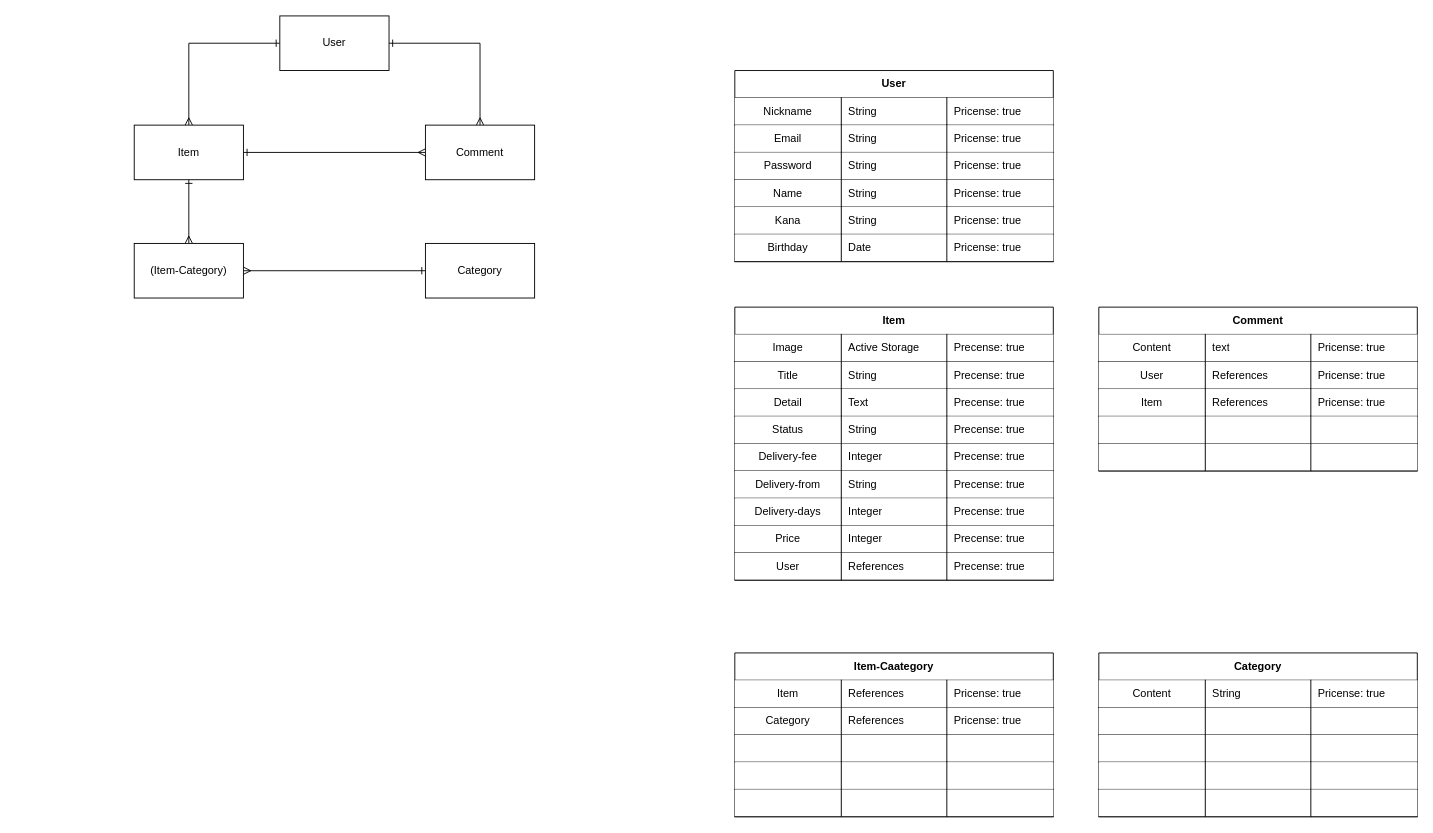
Before: er.drawio in ken-is-engineer/furima-34416, a draw.io diagram. Source tidied: cells renumbered, new cells numbered last; positions are measured from the earlier drawing's top-left corner, leaving out a move shared by most shapes. Both pictures are drawn from the tidied source at 91%, with x=0, y=0 at pixel (134, 15).
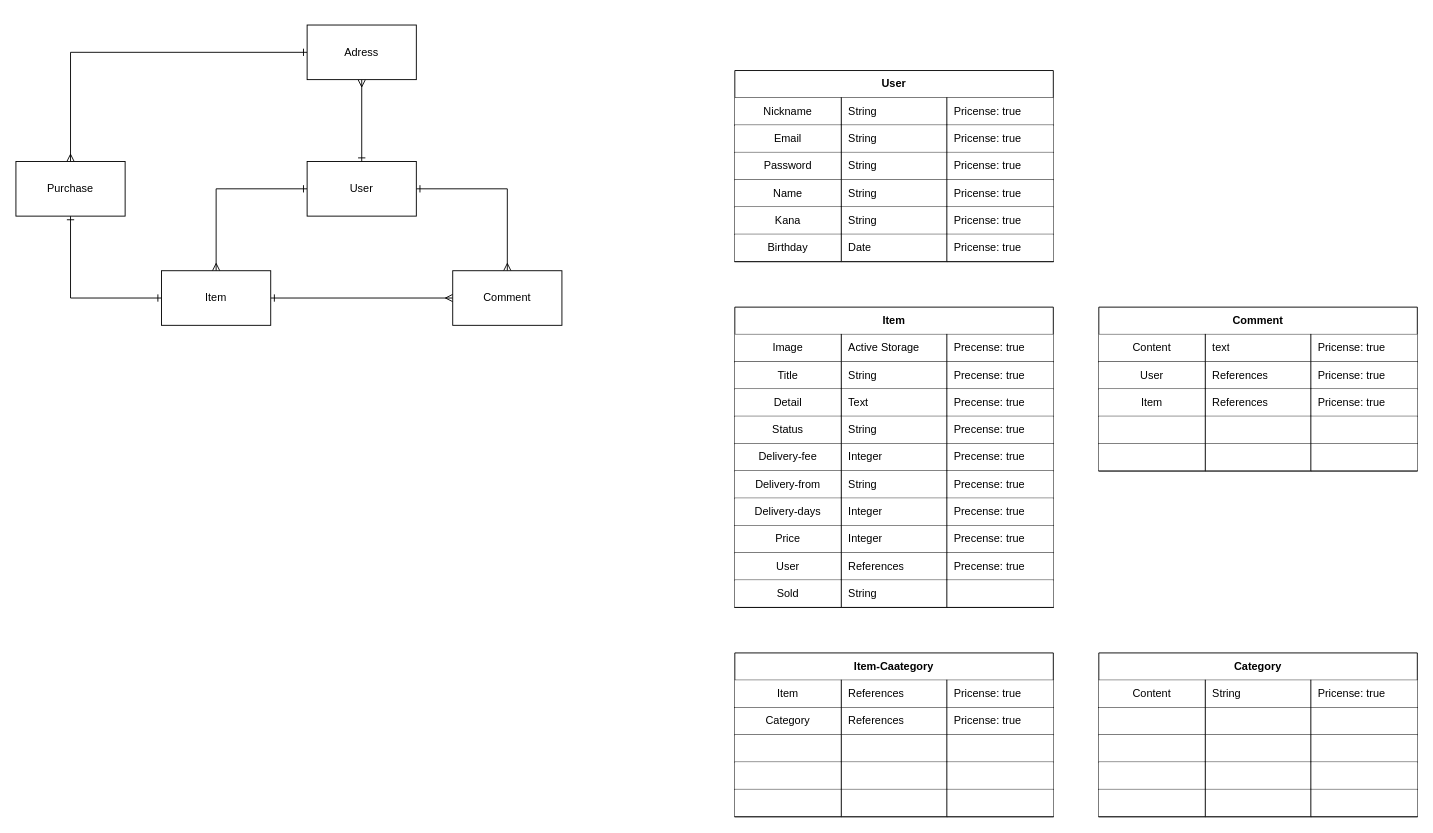
Above is the later version.

Change to the diagram source:
```diff
@@
     <mxCell id="2" style="edgeStyle=orthogonalEdgeStyle;rounded=0;jettySize=auto;html=1;exitX=0;exitY=0.5;exitDx=0;exitDy=0;entryX=0.5;entryY=0;entryDx=0;entryDy=0;startArrow=ERone;startFill=0;endArrow=ERmany;endFill=0;" parent="1" edge="1" source="4" target="6">
       <mxGeometry relative="1" as="geometry">
         <Array as="points">
-          <mxPoint x="60" y="30" />
+          <mxPoint x="90" y="190" />
         </Array>
       </mxGeometry>
     </mxCell>
@@
     <mxCell id="4" value="User" style="whiteSpace=wrap;html=1;" parent="1" vertex="1">
-      <mxGeometry x="160" width="120" height="60" as="geometry" />
+      <mxGeometry x="190" y="160" width="120" height="60" as="geometry" />
     </mxCell>
@@
     <mxCell id="6" value="Item" style="whiteSpace=wrap;html=1;" parent="1" vertex="1">
-      <mxGeometry y="120" width="120" height="60" as="geometry" />
+      <mxGeometry x="30" y="280" width="120" height="60" as="geometry" />
     </mxCell>
     <mxCell id="7" value="Comment" style="whiteSpace=wrap;html=1;" parent="1" vertex="1">
-      <mxGeometry x="320" y="120" width="120" height="60" as="geometry" />
+      <mxGeometry x="350" y="280" width="120" height="60" as="geometry" />
     </mxCell>
-    <mxCell id="8" style="edgeStyle=orthogonalEdgeStyle;rounded=0;jettySize=auto;html=1;startArrow=ERone;startFill=0;endArrow=ERmany;endFill=0;exitX=0.5;exitY=1;exitDx=0;exitDy=0;" parent="1" edge="1" source="6" target="10">
+    <mxCell id="8" style="edgeStyle=orthogonalEdgeStyle;rounded=0;jettySize=auto;html=1;startArrow=ERone;startFill=0;endArrow=ERone;endFill=0;exitX=0;exitY=0.5;exitDx=0;exitDy=0;" parent="1" edge="1" source="6" target="10">
       <mxGeometry relative="1" as="geometry" />
     </mxCell>
-    <mxCell id="9" style="edgeStyle=orthogonalEdgeStyle;rounded=0;jettySize=auto;html=1;exitX=0;exitY=0.5;exitDx=0;exitDy=0;entryX=1;entryY=0.5;entryDx=0;entryDy=0;startArrow=ERone;startFill=0;endArrow=ERmany;endFill=0;" parent="1" edge="1" source="94" target="10">
-      <mxGeometry relative="1" as="geometry" />
+    <mxCell id="9" style="edgeStyle=orthogonalEdgeStyle;rounded=0;jettySize=auto;html=1;exitX=0;exitY=0.5;exitDx=0;exitDy=0;entryX=0.5;entryY=0;entryDx=0;entryDy=0;startArrow=ERone;startFill=0;endArrow=ERmany;endFill=0;" parent="1" edge="1" source="94" target="10">
+      <mxGeometry relative="1" as="geometry">
+        <Array as="points">
+          <mxPoint x="-70" y="40" />
+        </Array>
+      </mxGeometry>
     </mxCell>
-    <mxCell id="10" value="(Item-Category)" style="whiteSpace=wrap;html=1;" parent="1" vertex="1">
-      <mxGeometry y="250" width="120" height="60" as="geometry" />
+    <mxCell id="10" value="Purchase" style="whiteSpace=wrap;html=1;" parent="1" vertex="1">
+      <mxGeometry x="-130" y="160" width="120" height="60" as="geometry" />
     </mxCell>
@@
     <mxCell id="36" value="Item" style="shape=table;html=1;whiteSpace=wrap;startSize=30;childLayout=tableLayout;rowLines=0;fontStyle=1;align=center;labelBackgroundColor=none;" parent="1" vertex="1">
-      <mxGeometry x="660" y="320" width="350" height="300" as="geometry" />
+      <mxGeometry x="660" y="320" width="350" height="330" as="geometry" />
     </mxCell>
@@
+    <mxCell id="137" style="shape=partialRectangle;html=1;whiteSpace=wrap;fillColor=none;top=0;left=0;bottom=0;right=0;" parent="36" vertex="1">
+      <mxGeometry y="300" width="350" height="30" as="geometry" />
+    </mxCell>
+    <mxCell id="138" value="Sold" style="shape=partialRectangle;html=1;whiteSpace=wrap;top=0;left=0;bottom=1;right=0;overflow=hidden;" parent="137" vertex="1">
+      <mxGeometry width="117" height="30" as="geometry" />
+    </mxCell>
+    <mxCell id="139" value="String" style="shape=partialRectangle;html=1;whiteSpace=wrap;top=0;left=1;bottom=1;right=0;align=left;spacingLeft=6;overflow=hidden;" parent="137" vertex="1">
+      <mxGeometry x="117" width="116" height="30" as="geometry" />
+    </mxCell>
+    <mxCell id="140" style="shape=partialRectangle;html=1;whiteSpace=wrap;top=0;left=1;bottom=1;right=0;align=left;spacingLeft=6;overflow=hidden;" parent="137" vertex="1">
+      <mxGeometry x="233" width="117" height="30" as="geometry" />
+    </mxCell>
@@
+    <mxCell id="141" style="edgeStyle=orthogonalEdgeStyle;rounded=0;jettySize=auto;html=1;exitX=0.5;exitY=1;exitDx=0;exitDy=0;entryX=0.5;entryY=0;entryDx=0;entryDy=0;endArrow=ERone;endFill=0;startArrow=ERmany;startFill=0;" parent="1" edge="1" source="94" target="4">
+      <mxGeometry relative="1" as="geometry" />
+    </mxCell>
-    <mxCell id="94" value="Category" style="whiteSpace=wrap;html=1;" parent="1" vertex="1">
-      <mxGeometry x="320" y="250" width="120" height="60" as="geometry" />
+    <mxCell id="94" value="Adress" style="whiteSpace=wrap;html=1;" parent="1" vertex="1">
+      <mxGeometry x="190" y="10" width="120" height="60" as="geometry" />
     </mxCell>
```
